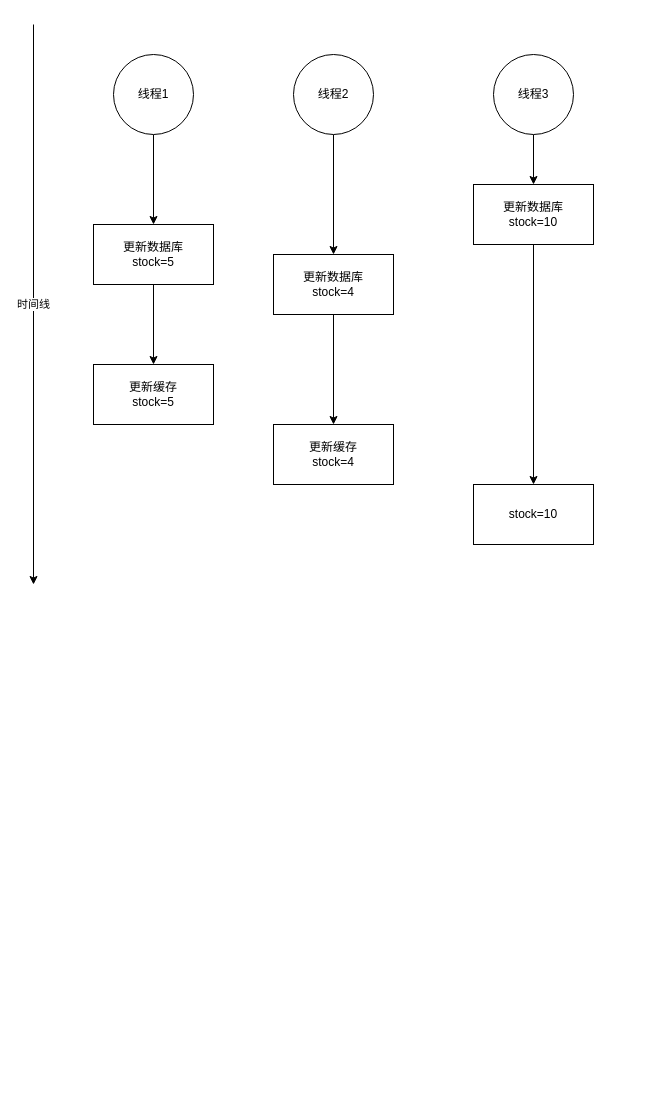
Earlier version of the draw.io diagram test.drawio (tor95271007/draw). Source tidied: cells renumbered, new cells numbered last; positions are measured from the earlier drawing's top-left corner, leaving out a move shared by most shapes. Both pictures are drawn from the tidied source at 100%, with x=0, y=0 at pixel (33, 24).
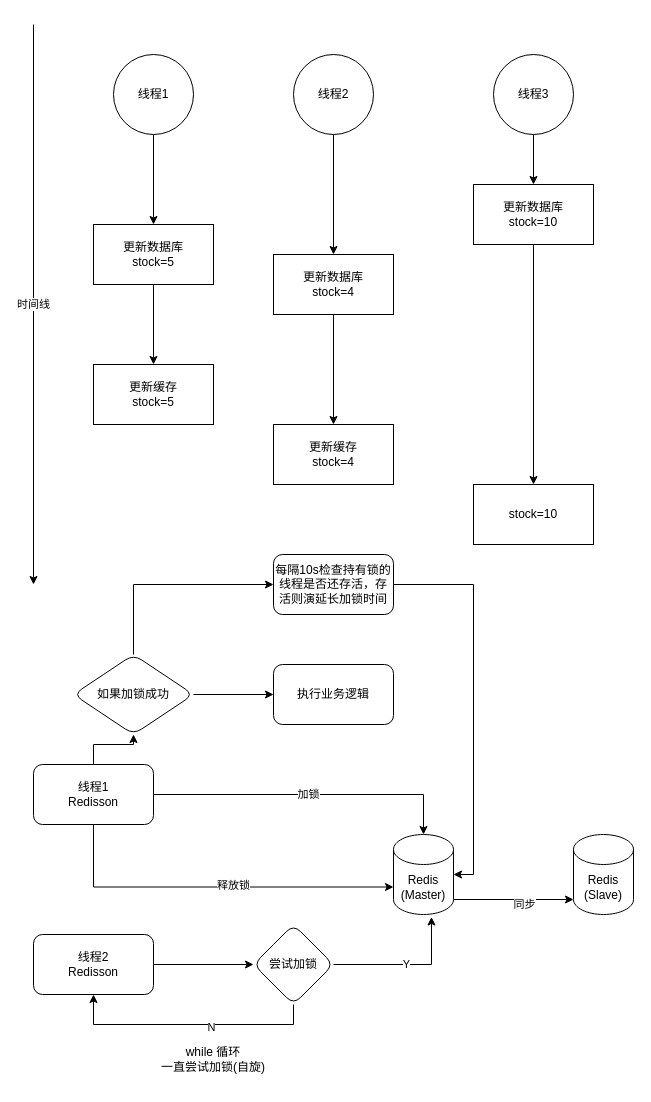
The same diagram, later.

What changed in the source:
```diff
@@
+    <mxCell id="18" value="加锁" style="edgeStyle=orthogonalEdgeStyle;rounded=0;jettySize=auto;html=1;" parent="1" edge="1" source="22" target="27">
+      <mxGeometry relative="1" as="geometry" />
+    </mxCell>
+    <mxCell id="19" style="edgeStyle=orthogonalEdgeStyle;rounded=0;jettySize=auto;html=1;entryX=0;entryY=0;entryDx=0;entryDy=52.5;entryPerimeter=0;" parent="1" edge="1" source="22" target="27">
+      <mxGeometry relative="1" as="geometry">
+        <Array as="points">
+          <mxPoint x="60" y="863" />
+        </Array>
+      </mxGeometry>
+    </mxCell>
+    <mxCell id="20" value="释放锁" style="edgeLabel;html=1;align=center;verticalAlign=middle;" parent="19" vertex="1">
+      <mxGeometry x="0.11" y="2" relative="1" as="geometry">
+        <mxPoint x="1" as="offset" />
+      </mxGeometry>
+    </mxCell>
+    <mxCell id="21" style="edgeStyle=orthogonalEdgeStyle;rounded=0;jettySize=auto;html=1;" parent="1" edge="1" source="22" target="35">
+      <mxGeometry relative="1" as="geometry" />
+    </mxCell>
+    <mxCell id="22" value="线程1&lt;br&gt;Redisson" style="rounded=1;whiteSpace=wrap;html=1;" parent="1" vertex="1">
+      <mxGeometry y="740" width="120" height="60" as="geometry" />
+    </mxCell>
+    <mxCell id="23" style="edgeStyle=orthogonalEdgeStyle;rounded=0;jettySize=auto;html=1;" parent="1" edge="1" source="24" target="31">
+      <mxGeometry relative="1" as="geometry" />
+    </mxCell>
+    <mxCell id="24" value="线程2&lt;br&gt;Redisson" style="rounded=1;whiteSpace=wrap;html=1;" parent="1" vertex="1">
+      <mxGeometry y="910" width="120" height="60" as="geometry" />
+    </mxCell>
+    <mxCell id="25" style="edgeStyle=orthogonalEdgeStyle;rounded=0;jettySize=auto;html=1;exitX=1;exitY=1;exitDx=0;exitDy=-15;exitPerimeter=0;entryX=0;entryY=1;entryDx=0;entryDy=-15;entryPerimeter=0;" parent="1" edge="1" source="27" target="39">
+      <mxGeometry relative="1" as="geometry" />
+    </mxCell>
+    <mxCell id="26" value="同步" style="edgeLabel;html=1;align=center;verticalAlign=middle;" parent="25" vertex="1">
+      <mxGeometry x="0.17" y="-3" relative="1" as="geometry">
+        <mxPoint y="1" as="offset" />
+      </mxGeometry>
+    </mxCell>
+    <mxCell id="27" value="Redis&lt;br&gt;(Master)" style="shape=cylinder3;whiteSpace=wrap;html=1;boundedLbl=1;backgroundOutline=1;size=15;" parent="1" vertex="1">
+      <mxGeometry x="360" y="810" width="60" height="80" as="geometry" />
+    </mxCell>
+    <mxCell id="28" value="Y" style="edgeStyle=orthogonalEdgeStyle;rounded=0;jettySize=auto;html=1;entryX=0.633;entryY=1.031;entryDx=0;entryDy=0;entryPerimeter=0;" parent="1" edge="1" source="31" target="27">
+      <mxGeometry relative="1" as="geometry" />
+    </mxCell>
+    <mxCell id="29" style="edgeStyle=orthogonalEdgeStyle;rounded=0;jettySize=auto;html=1;entryX=0.5;entryY=1;entryDx=0;entryDy=0;" parent="1" edge="1" source="31" target="24">
+      <mxGeometry relative="1" as="geometry">
+        <Array as="points">
+          <mxPoint x="260" y="1000" />
+          <mxPoint x="60" y="1000" />
+        </Array>
+      </mxGeometry>
+    </mxCell>
+    <mxCell id="30" value="N" style="edgeLabel;html=1;align=center;verticalAlign=middle;" parent="29" vertex="1">
+      <mxGeometry x="-0.18" y="2" relative="1" as="geometry" />
+    </mxCell>
+    <mxCell id="31" value="尝试加锁" style="rhombus;whiteSpace=wrap;html=1;rounded=1;" parent="1" vertex="1">
+      <mxGeometry x="220" y="900" width="80" height="80" as="geometry" />
+    </mxCell>
+    <mxCell id="32" value="while 循环&lt;br&gt;一直尝试加锁(自旋)" style="text;html=1;strokeColor=none;fillColor=none;align=center;verticalAlign=middle;whiteSpace=wrap;rounded=0;" parent="1" vertex="1">
+      <mxGeometry x="110" y="1010" width="140" height="50" as="geometry" />
+    </mxCell>
+    <mxCell id="33" style="edgeStyle=orthogonalEdgeStyle;rounded=0;jettySize=auto;html=1;" parent="1" edge="1" source="35" target="36">
+      <mxGeometry relative="1" as="geometry" />
+    </mxCell>
+    <mxCell id="34" style="edgeStyle=orthogonalEdgeStyle;rounded=0;jettySize=auto;html=1;entryX=0;entryY=0.5;entryDx=0;entryDy=0;" parent="1" edge="1" source="35" target="38">
+      <mxGeometry relative="1" as="geometry">
+        <Array as="points">
+          <mxPoint x="100" y="560" />
+        </Array>
+      </mxGeometry>
+    </mxCell>
+    <mxCell id="35" value="如果加锁成功" style="rhombus;whiteSpace=wrap;html=1;rounded=1;" parent="1" vertex="1">
+      <mxGeometry x="40" y="630" width="120" height="80" as="geometry" />
+    </mxCell>
+    <mxCell id="36" value="执行业务逻辑" style="whiteSpace=wrap;html=1;rounded=1;" parent="1" vertex="1">
+      <mxGeometry x="240" y="640" width="120" height="60" as="geometry" />
+    </mxCell>
+    <mxCell id="37" style="edgeStyle=orthogonalEdgeStyle;rounded=0;jettySize=auto;html=1;entryX=1;entryY=0.5;entryDx=0;entryDy=0;entryPerimeter=0;" parent="1" edge="1" source="38" target="27">
+      <mxGeometry relative="1" as="geometry">
+        <Array as="points">
+          <mxPoint x="440" y="560" />
+          <mxPoint x="440" y="850" />
+        </Array>
+      </mxGeometry>
+    </mxCell>
+    <mxCell id="38" value="每隔10s检查持有锁的线程是否还存活，存活则演延长加锁时间" style="whiteSpace=wrap;html=1;rounded=1;" parent="1" vertex="1">
+      <mxGeometry x="240" y="530" width="120" height="60" as="geometry" />
+    </mxCell>
+    <mxCell id="39" value="Redis&lt;br&gt;(Slave)" style="shape=cylinder3;whiteSpace=wrap;html=1;boundedLbl=1;backgroundOutline=1;size=15;" parent="1" vertex="1">
+      <mxGeometry x="540" y="810" width="60" height="80" as="geometry" />
+    </mxCell>
```
